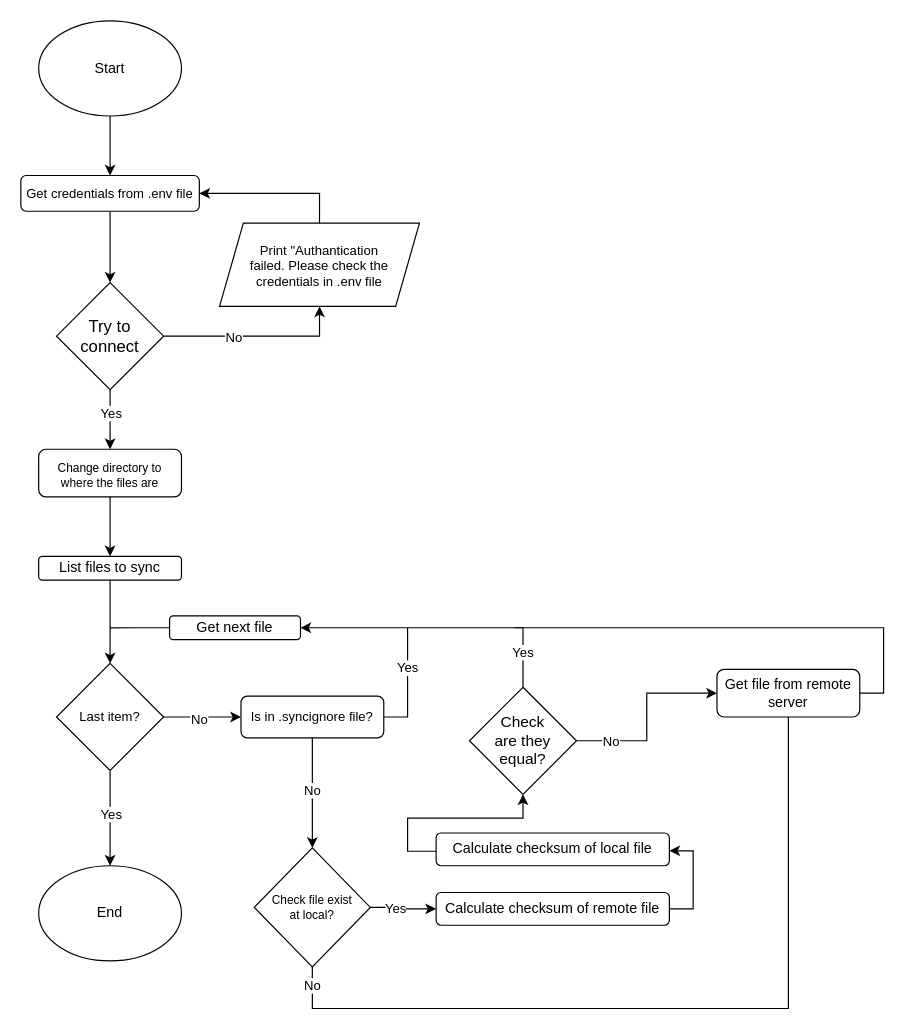
This is sync.drawio from melihkaragoz/docs, a draw.io file, before an edit. Source tidied: cells renumbered, new cells numbered last; positions are measured from the earlier drawing's top-left corner, leaving out a move shared by most shapes. Both pictures are drawn from the tidied source at 119%, with x=0, y=0 at pixel (20, 20).
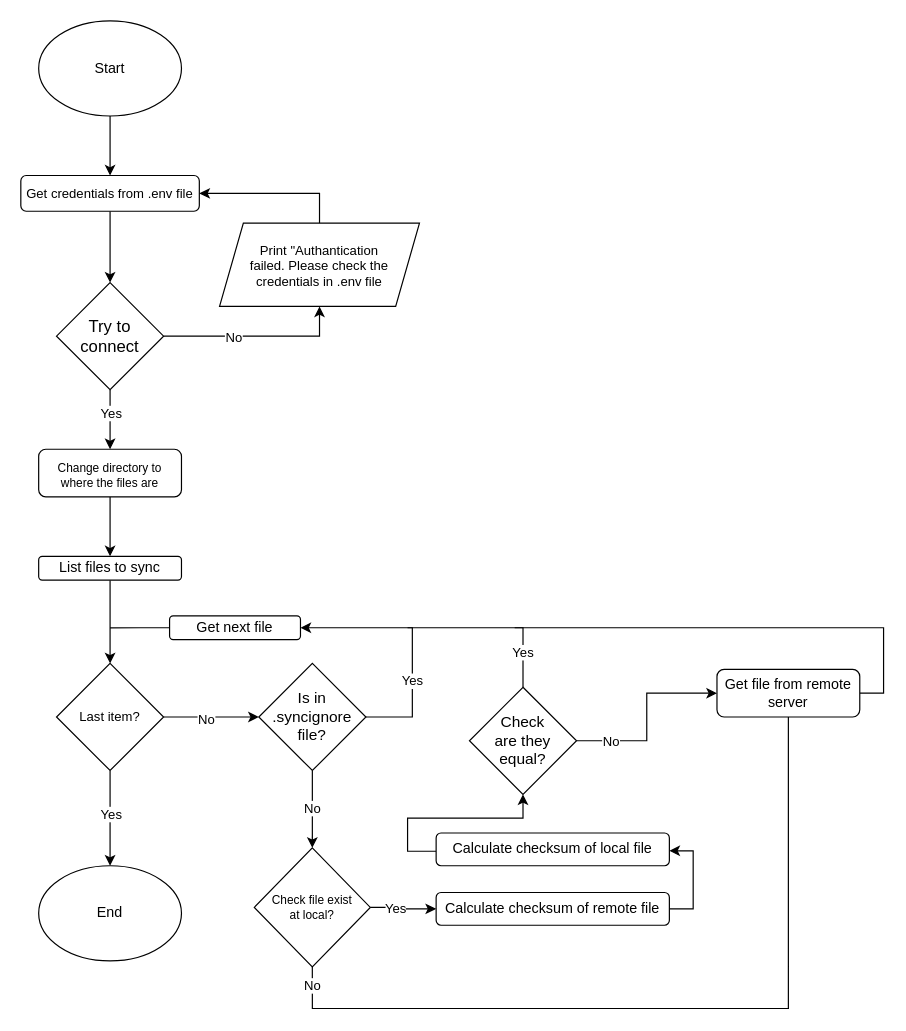
The same diagram, later.

The change refers to these unchanged cells:
```xml
<mxCell id="21" value="Last item?" style="rhombus;whiteSpace=wrap;html=1;fontSize=11;" parent="1" vertex="1">
  <mxGeometry x="30" y="540" width="90" height="90" as="geometry" />
</mxCell>
<mxCell id="23" value="Get next file" style="rounded=1;whiteSpace=wrap;html=1;fontSize=12;glass=0;strokeWidth=1;shadow=0;" parent="1" vertex="1">
  <mxGeometry x="125" y="500" width="110" height="20" as="geometry" />
</mxCell>
```

Change to the diagram source:
```diff
@@
-    <mxCell id="19" style="edgeStyle=orthogonalEdgeStyle;rounded=0;jettySize=auto;html=1;" parent="1" edge="1" source="21" target="31">
+    <mxCell id="19" style="edgeStyle=orthogonalEdgeStyle;rounded=0;jettySize=auto;html=1;entryX=0;entryY=0.5;entryDx=0;entryDy=0;" parent="1" edge="1" source="21" target="31">
       <mxGeometry relative="1" as="geometry" />
     </mxCell>
@@
     <mxCell id="27" style="edgeStyle=orthogonalEdgeStyle;rounded=0;jettySize=auto;html=1;exitX=1;exitY=0.5;exitDx=0;exitDy=0;entryX=1;entryY=0.5;entryDx=0;entryDy=0;" parent="1" edge="1" source="31" target="23">
-      <mxGeometry relative="1" as="geometry" />
+      <mxGeometry relative="1" as="geometry">
+        <Array as="points">
+          <mxPoint x="329" y="585" />
+          <mxPoint x="329" y="510" />
+        </Array>
+      </mxGeometry>
     </mxCell>
@@
-    <mxCell id="31" value="Is in .syncignore file?" style="rounded=1;whiteSpace=wrap;html=1;fontSize=11;" parent="1" vertex="1">
-      <mxGeometry x="185" y="567.5" width="120" height="35" as="geometry" />
-    </mxCell>
@@
+    <mxCell id="31" value="Is in .syncignore file?" style="rhombus;whiteSpace=wrap;html=1;fontSize=13;spacing=18;" parent="1" vertex="1">
+      <mxGeometry x="200" y="540" width="90" height="90" as="geometry" />
+    </mxCell>
```
